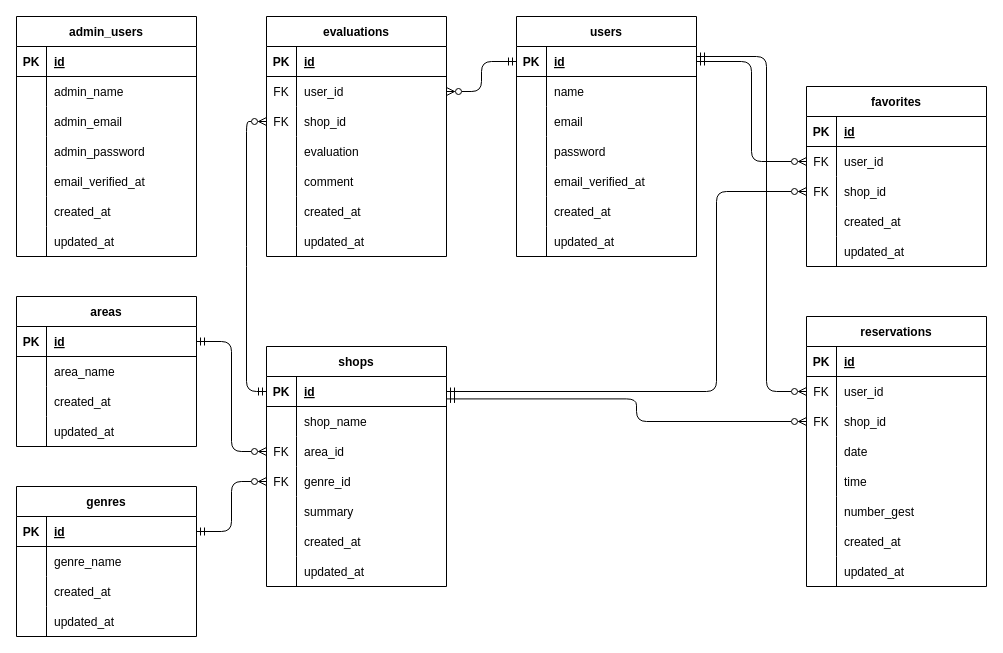
ayuka-maruyama/rese_2024 keeps this draw.io diagram as rese_ER.dio. Above is the earlier version. Source tidied: cells renumbered, new cells numbered last; positions are measured from the earlier drawing's top-left corner, leaving out a move shared by most shapes. Both pictures are drawn from the tidied source at 100%, with x=0, y=0 at pixel (16, 16).
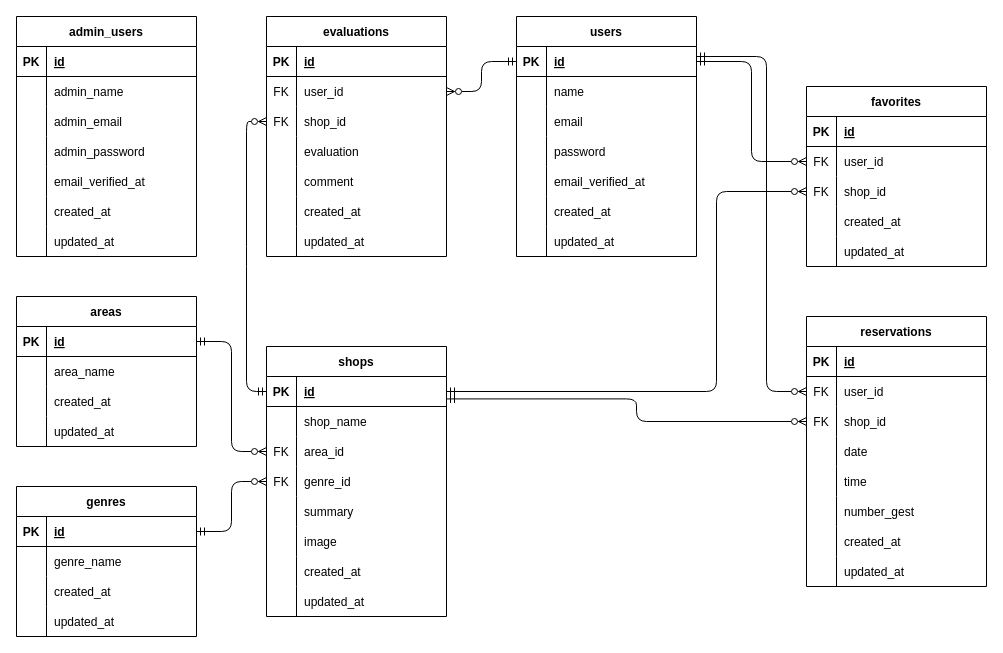
Above is the later version.

Commit message:
ER図の修正　shopsテーブルに画像URLを保存するカラムを追加

The edit, as a diff of the source:
```diff
@@
     <mxCell id="40" value="shops" style="shape=table;startSize=30;childLayout=tableLayout;rowLines=0;fontStyle=1;align=center;" parent="1" vertex="1">
-      <mxGeometry x="250" y="330" width="180" height="240" as="geometry" />
+      <mxGeometry x="250" y="330" width="180" height="270" as="geometry" />
     </mxCell>
@@
+    <mxCell id="165" style="shape=tableRow;horizontal=0;startSize=0;swimlaneHead=0;swimlaneBody=0;fillColor=none;top=0;left=0;right=0;bottom=0;" parent="40" vertex="1">
+      <mxGeometry y="180" width="180" height="30" as="geometry" />
+    </mxCell>
+    <mxCell id="166" style="shape=partialRectangle;fillColor=none;top=0;left=0;bottom=0;right=0;overflow=hidden;" parent="165" vertex="1">
+      <mxGeometry width="30" height="30" as="geometry" />
+    </mxCell>
+    <mxCell id="167" value="image" style="shape=partialRectangle;fillColor=none;top=0;left=0;bottom=0;right=0;align=left;spacingLeft=6;overflow=hidden;verticalAlign=middle;" parent="165" vertex="1">
+      <mxGeometry x="30" width="150" height="30" as="geometry" />
+    </mxCell>
     <mxCell id="56" style="shape=tableRow;horizontal=0;startSize=0;swimlaneHead=0;swimlaneBody=0;fillColor=none;top=0;left=0;right=0;bottom=0;" parent="40" vertex="1">
-      <mxGeometry y="180" width="180" height="30" as="geometry" />
+      <mxGeometry y="210" width="180" height="30" as="geometry" />
     </mxCell>
@@
     <mxCell id="59" style="shape=tableRow;horizontal=0;startSize=0;swimlaneHead=0;swimlaneBody=0;fillColor=none;top=0;left=0;right=0;bottom=0;" parent="40" vertex="1">
-      <mxGeometry y="210" width="180" height="30" as="geometry" />
+      <mxGeometry y="240" width="180" height="30" as="geometry" />
     </mxCell>
```
